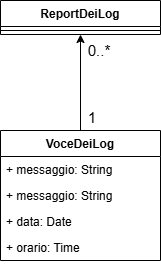
This is latex/images/modello-del-dominio-log.png from federicoporpora/studyLink, a draw.io export, as it was before one commit. Source tidied: cells renumbered, new cells last; positions are measured from the earlier drawing's top-left corner, leaving out a move shared by most shapes.
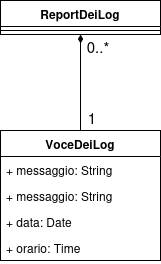
After the change.

The edit, as a diff of the source:
```diff
@@ -8,7 +8,7 @@
     <mxCell id="3" style="line;strokeWidth=1;fillColor=none;align=left;verticalAlign=middle;spacingTop=-1;spacingLeft=3;spacingRight=3;labelPosition=right;strokeColor=inherit;" parent="2" vertex="1">
       <mxGeometry y="26" width="160" height="8" as="geometry" />
     </mxCell>
-    <mxCell id="4" style="edgeStyle=orthogonalEdgeStyle;rounded=0;jettySize=auto;html=1;exitX=0.5;exitY=0;exitDx=0;exitDy=0;entryX=0.5;entryY=1;entryDx=0;entryDy=0;" parent="1" edge="1" source="5" target="2">
+    <mxCell id="4" style="edgeStyle=orthogonalEdgeStyle;rounded=0;jettySize=auto;html=1;exitX=0.5;exitY=0;exitDx=0;exitDy=0;entryX=0.5;entryY=1;entryDx=0;entryDy=0;endArrow=diamondThin;endFill=1;" parent="1" edge="1" source="5" target="2">
       <mxGeometry relative="1" as="geometry" />
     </mxCell>
     <mxCell id="5" value="VoceDeiLog" style="swimlane;fontStyle=1;align=center;verticalAlign=top;horizontal=1;startSize=26;whiteSpace=wrap;html=1;" parent="1" vertex="1">
@@ -30,7 +30,7 @@
       <mxGeometry x="62" y="102" width="60" height="30" as="geometry" />
     </mxCell>
     <mxCell id="11" value="&lt;font style=&quot;font-size: 15px;&quot;&gt;0..*&lt;/font&gt;" style="text;html=1;whiteSpace=wrap;strokeColor=none;fillColor=none;align=center;verticalAlign=middle;rounded=0;" parent="1" vertex="1">
-      <mxGeometry x="69" y="35" width="60" height="30" as="geometry" />
+      <mxGeometry x="68" y="31" width="60" height="30" as="geometry" />
     </mxCell>
   </root>
 </mxGraphModel>
```
